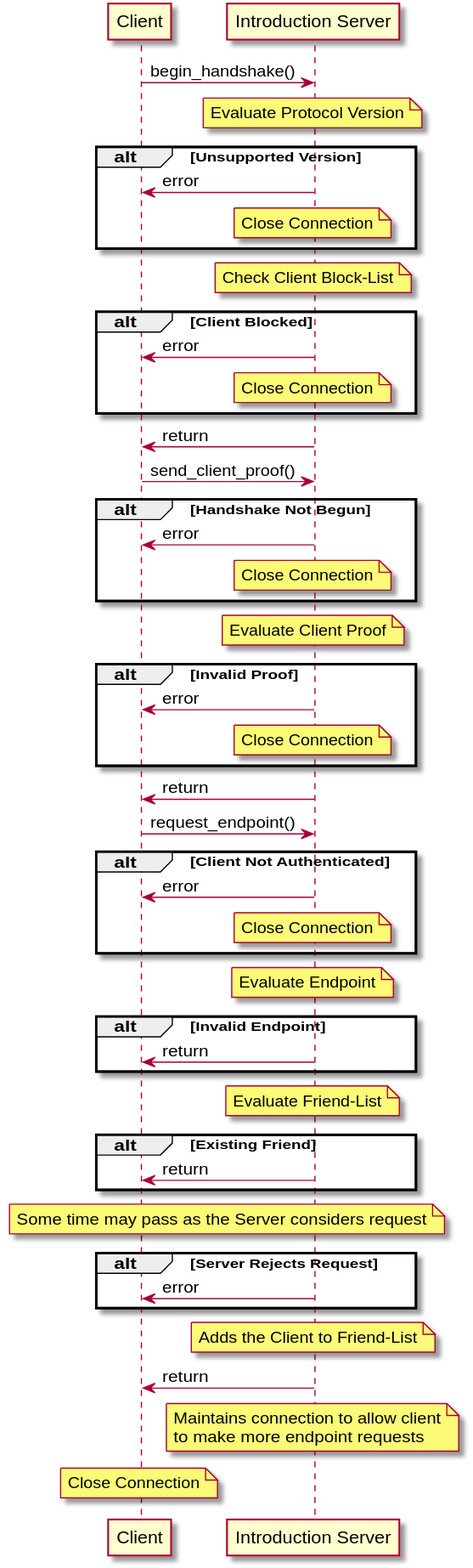
Earlier version of the PlantUML export docs/introduction_handshake.svg (blueprint-freespeech/gosling).
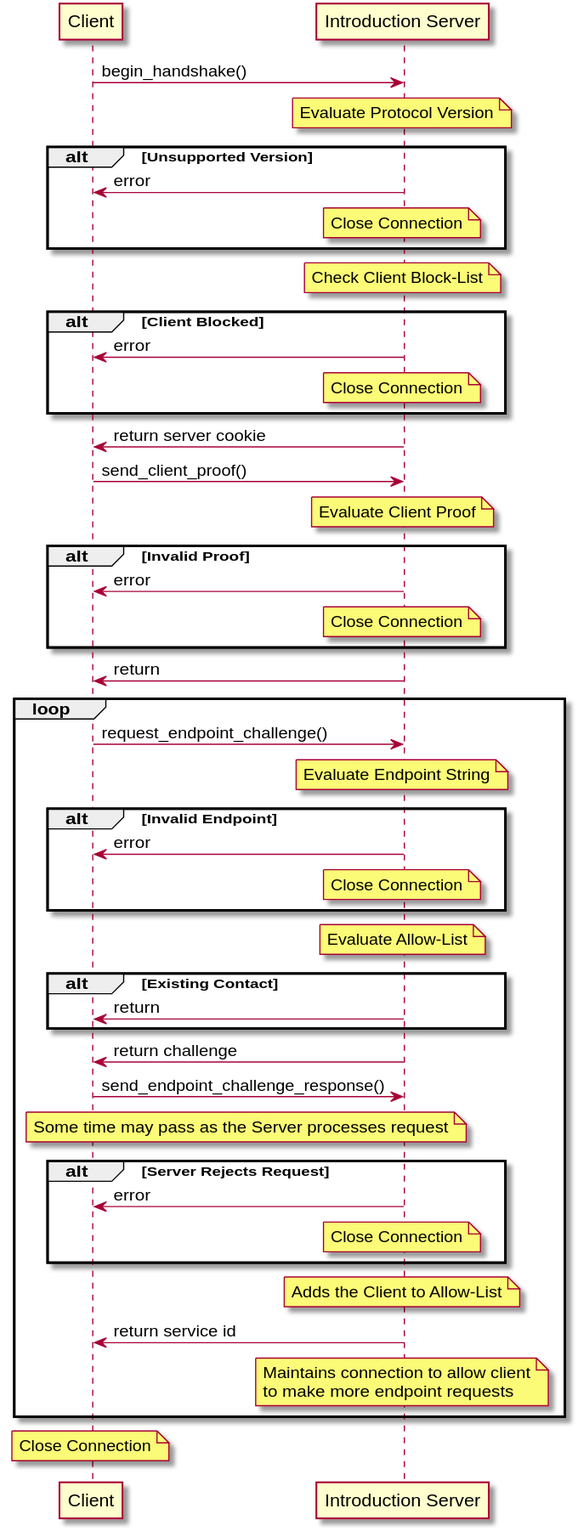
Above is the later version.

Commit message:
docs: updated protocol spec with handshake tweaks architecture overview

Change to the diagram source:
```diff
@@ -18,14 +18,9 @@
         note over Server: Close Connection
     end
 
-Client<-Server: return
+Client<-Server: return server cookie
 
 Client->Server: send_client_proof()
-
-    alt Handshake Not Begun
-        Client<-Server: error
-        note over Server: Close Connection
-    end
 
     note over Server: Evaluate Client Proof
 
@@ -36,37 +31,39 @@
 
 Server->Client: return
 
-Client->Server: request_endpoint()
+loop
+    Client->Server: request_endpoint_challenge()
 
-    alt Client Not Authenticated
-        Client<-Server: error
-        note over Server: Close Connection
-    end
+        note over Server: Evaluate Endpoint String
+        alt Invalid Endpoint
+            Client<-Server: error
+            note over Server: Close Connection
+        end
 
-    note over Server: Evaluate Endpoint
-    alt Invalid Endpoint
-        Client<-Server: return
-    end
+        note over Server: Evaluate Allow-List
+        alt Existing Contact
+            Client<-Server: return
+        end
 
-    note over Server: Evaluate Friend-List
-    alt Existing Friend
-        Client<-Server: return
-    end
+        Client<-Server: return challenge
 
-    note over Client, Server: Some time may pass as the Server considers request
+    Client->Server: send_endpoint_challenge_response()
 
-    alt Server Rejects Request
-        Client<-Server: error
-    end
+        note over Client, Server: Some time may pass as the Server processes request
 
-    note over Server: Adds the Client to Friend-List
+        alt Server Rejects Request
+            Client<-Server: error
+            note over Server: Close Connection
+        end
 
-    Client<-Server: return
+        note over Server: Adds the Client to Allow-List
+
+        Client<-Server: return service id
 
     note over Server
         Maintains connection to allow client
         to make more endpoint requests
     endnote
-
-    note over Client: Close Connection
+end
+        note over Client: Close Connection
 @enduml
```
